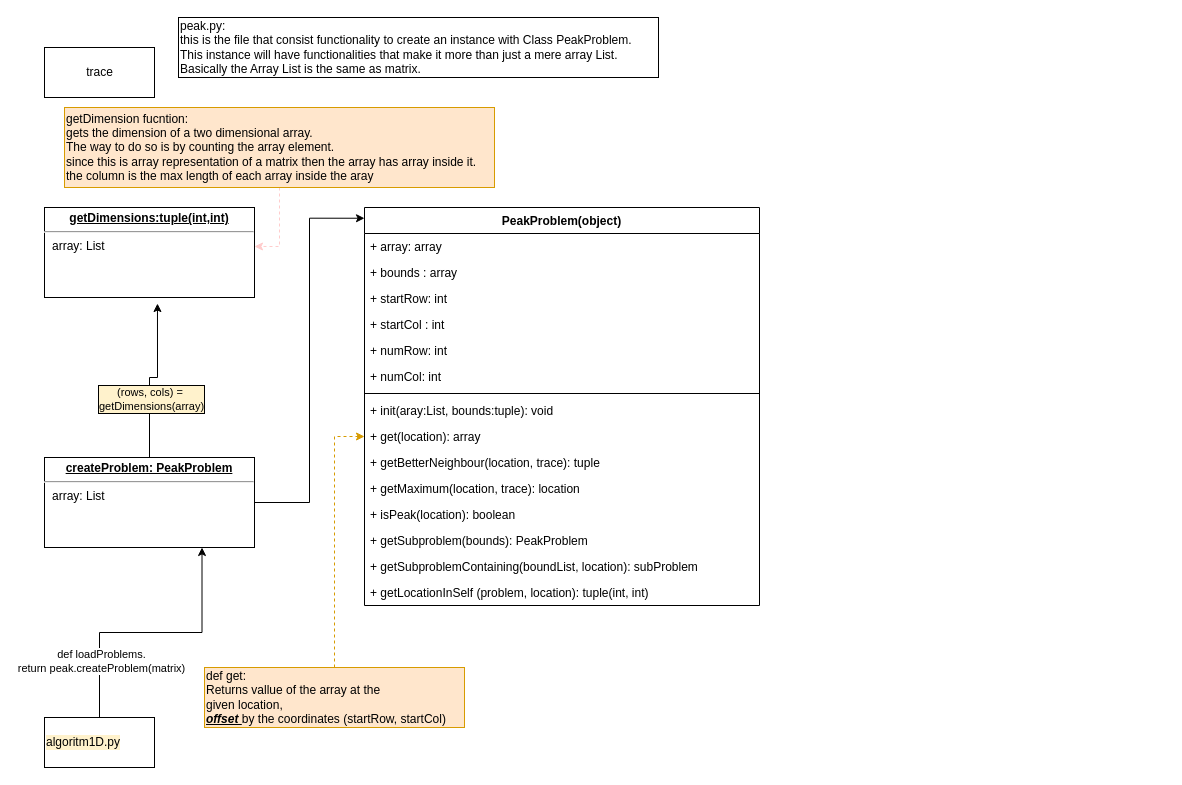
Before: page "peak" (2 of 5) of 6-006_python/rec01/rec01.drawio in m00racle/python_me, a draw.io diagram. Source tidied: cells renumbered, new cells numbered last; positions are measured from the earlier drawing's top-left corner, leaving out a move shared by most shapes. Both pictures are drawn from the tidied source at 100%, with x=0, y=0 at pixel (44, 17).
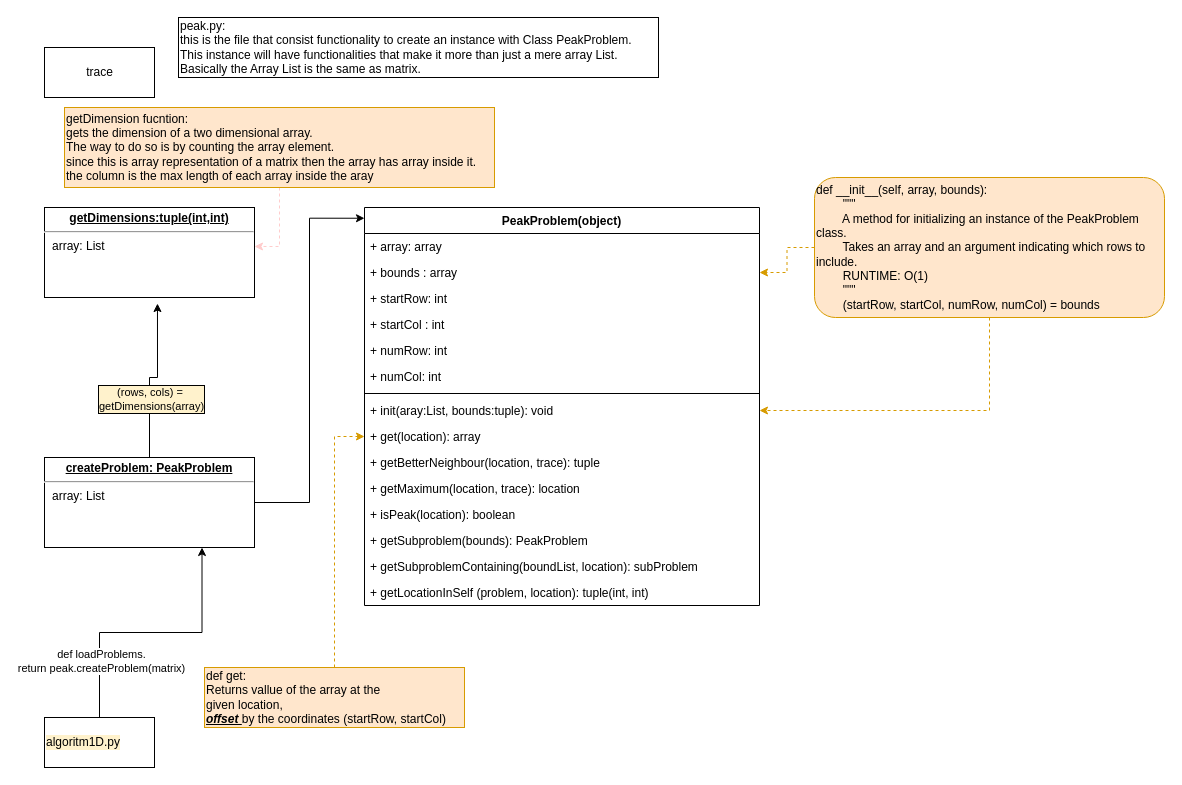
The same page after the edit.

Unchanged cells that the change refers to:
```xml
<mxCell id="5" value="+ bounds : array" style="text;strokeColor=none;fillColor=none;align=left;verticalAlign=top;spacingLeft=4;spacingRight=4;overflow=hidden;points=[[0,0.5],[1,0.5]];portConstraint=eastwest;" parent="3" vertex="1">
  <mxGeometry y="52" width="395" height="26" as="geometry" />
</mxCell>
<mxCell id="11" value="+ init(aray:List, bounds:tuple): void" style="text;strokeColor=none;fillColor=none;align=left;verticalAlign=top;spacingLeft=4;spacingRight=4;overflow=hidden;points=[[0,0.5],[1,0.5]];portConstraint=eastwest;" parent="3" vertex="1">
  <mxGeometry y="190" width="395" height="26" as="geometry" />
</mxCell>
```

The edit, as a diff of the source:
```diff
@@
+    <mxCell id="32" style="edgeStyle=orthogonalEdgeStyle;rounded=0;jettySize=auto;html=1;fillColor=#ffe6cc;strokeColor=#d79b00;dashed=1;" parent="1" edge="1" source="34" target="5">
+      <mxGeometry relative="1" as="geometry" />
+    </mxCell>
+    <mxCell id="33" style="edgeStyle=orthogonalEdgeStyle;rounded=0;jettySize=auto;html=1;entryX=1;entryY=0.5;entryDx=0;entryDy=0;fillColor=#ffe6cc;strokeColor=#d79b00;dashed=1;" parent="1" edge="1" source="34" target="11">
+      <mxGeometry relative="1" as="geometry" />
+    </mxCell>
+    <mxCell id="34" value="&lt;div align=&quot;left&quot;&gt;def __init__(self, array, bounds):&lt;br&gt;&amp;nbsp;&amp;nbsp;&amp;nbsp;&amp;nbsp;&amp;nbsp;&amp;nbsp;&amp;nbsp; &quot;&quot;&quot;&lt;br&gt;&amp;nbsp;&amp;nbsp;&amp;nbsp;&amp;nbsp;&amp;nbsp;&amp;nbsp;&amp;nbsp; A method for initializing an instance of the PeakProblem class.&lt;br&gt;&amp;nbsp;&amp;nbsp;&amp;nbsp;&amp;nbsp;&amp;nbsp;&amp;nbsp;&amp;nbsp; Takes an array and an argument indicating which rows to include.&lt;br&gt;&amp;nbsp;&amp;nbsp;&amp;nbsp;&amp;nbsp;&amp;nbsp;&amp;nbsp;&amp;nbsp; RUNTIME: O(1)&lt;br&gt;&amp;nbsp;&amp;nbsp;&amp;nbsp;&amp;nbsp;&amp;nbsp;&amp;nbsp;&amp;nbsp; &quot;&quot;&quot;&lt;br&gt;&amp;nbsp;&amp;nbsp;&amp;nbsp;&amp;nbsp;&amp;nbsp;&amp;nbsp;&amp;nbsp; (startRow, startCol, numRow, numCol) = bounds&lt;/div&gt;" style="rounded=1;whiteSpace=wrap;html=1;align=left;fillColor=#ffe6cc;strokeColor=#d79b00;" parent="1" vertex="1">
+      <mxGeometry x="770" y="160" width="350" height="140" as="geometry" />
+    </mxCell>
```
